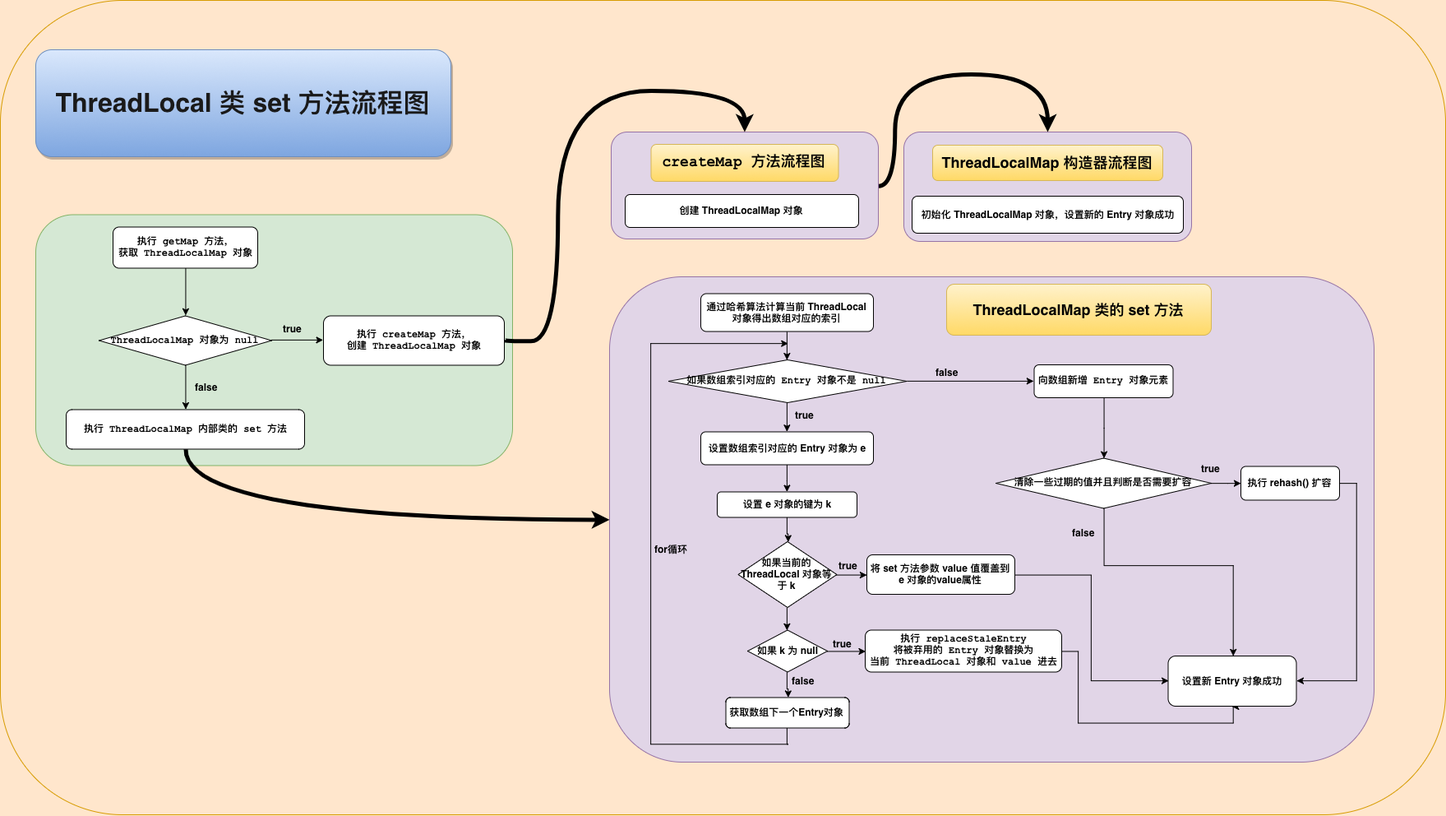
Above: Concurrent/ThreadLocal/ThreadLocal_set-UML.png in Muggle666/PicGo (draw.io), before the change. Source tidied: cells renumbered, new cells last; positions are measured from the earlier drawing's top-left corner, leaving out a move shared by most shapes.
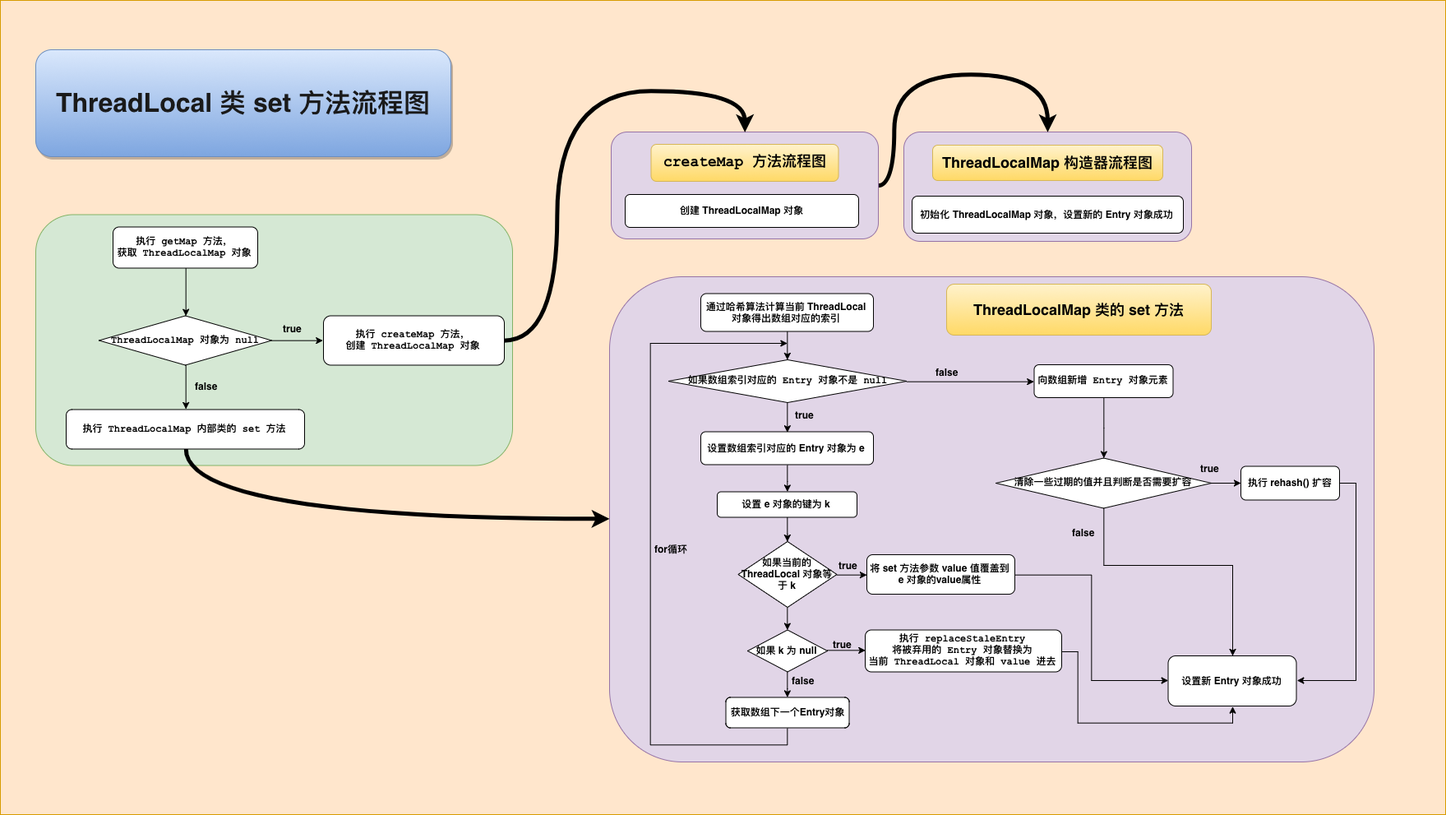
After the change.

The edit, as a diff of the source:
```diff
@@ -2,7 +2,7 @@
   <root>
     <mxCell id="0" />
     <mxCell id="1" parent="0" />
-    <mxCell id="2" style="rounded=1;whiteSpace=wrap;html=1;strokeWidth=1;fillColor=#ffe6cc;strokeColor=#d79b00;" parent="1" vertex="1">
+    <mxCell id="2" style="rounded=0;whiteSpace=wrap;html=1;strokeWidth=1;fillColor=#ffe6cc;strokeColor=#d79b00;" parent="1" vertex="1">
       <mxGeometry width="1758" height="990" as="geometry" />
     </mxCell>
     <mxCell id="3" style="rounded=1;whiteSpace=wrap;html=1;strokeWidth=1;fillColor=#e1d5e7;strokeColor=#9673a6;" parent="1" vertex="1">
```
